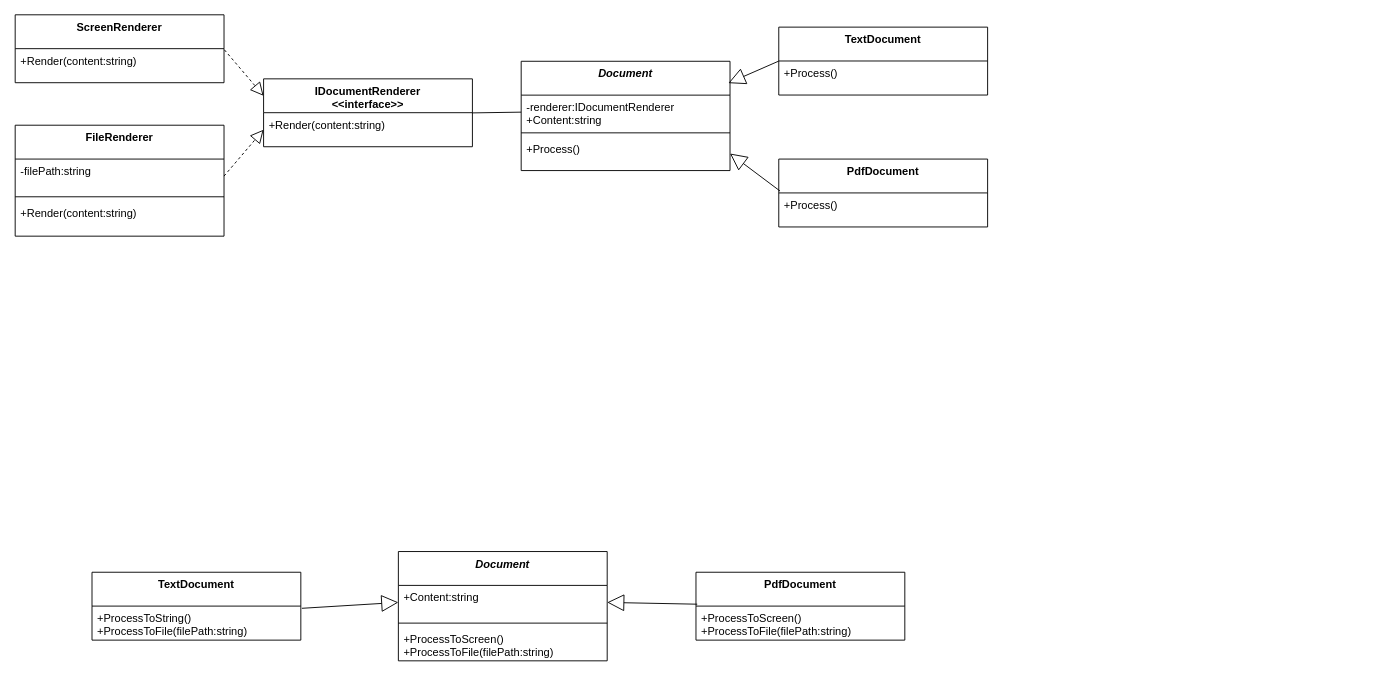
Above: Object-Oriented Analysis and Design/Bridge/Bridge.drawio in Seva74/TSU_TASKS (draw.io), before the change. Source tidied: cells renumbered, new cells numbered last; positions are measured from the earlier drawing's top-left corner, leaving out a move shared by most shapes. Both pictures are drawn from the tidied source at 92%, with x=0, y=0 at pixel (15, 15).
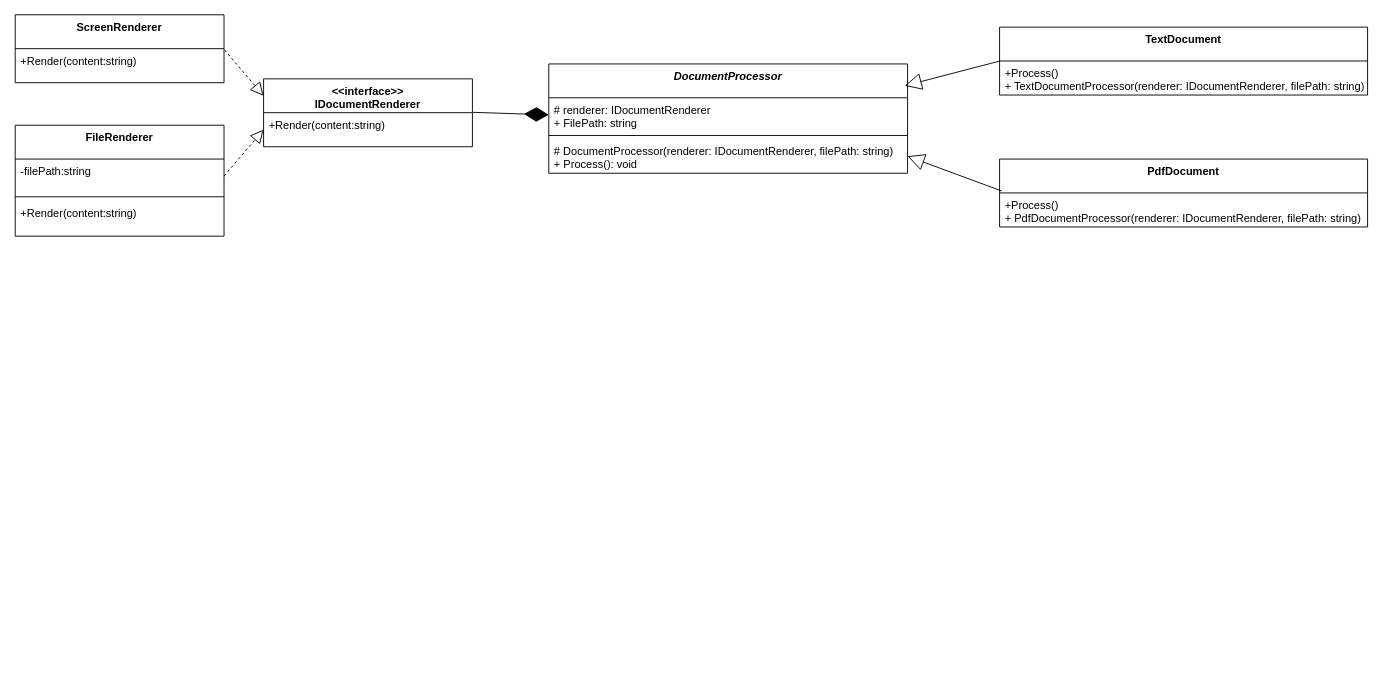
After the change.

The change refers to these unchanged cells:
```xml
<mxCell id="3" value="+Render(content:string)" style="text;strokeColor=none;fillColor=none;align=left;verticalAlign=top;spacingLeft=4;spacingRight=4;overflow=hidden;points=[[0,0.5],[1,0.5]];portConstraint=eastwest;" parent="2" vertex="1">
  <mxGeometry y="36.8" width="227" height="37" as="geometry" />
</mxCell>
```

Diff of the diagram source:
```diff
@@
-    <mxCell id="2" value="IDocumentRenderer&#10;&lt;&lt;interface&gt;&gt;" style="swimlane;fontStyle=1;align=center;verticalAlign=top;horizontal=1;startSize=36.8;" parent="1" vertex="1">
+    <mxCell id="2" value="&lt;&lt;interface&gt;&gt;&#10;IDocumentRenderer&#10;" style="swimlane;fontStyle=1;align=center;verticalAlign=top;horizontal=1;startSize=36.8;" parent="1" vertex="1">
       <mxGeometry x="270" y="69.2" width="227" height="73.8" as="geometry" />
     </mxCell>
@@
-    <mxCell id="6" value="Document" style="swimlane;fontStyle=3;align=center;verticalAlign=top;horizontal=1;startSize=36.8;" parent="1" vertex="1">
-      <mxGeometry x="550" y="50.1" width="227" height="118.8" as="geometry" />
+    <mxCell id="6" value="DocumentProcessor" style="swimlane;fontStyle=3;align=center;verticalAlign=top;horizontal=1;startSize=36.8;" parent="1" vertex="1">
+      <mxGeometry x="580" y="53" width="390" height="118.8" as="geometry" />
     </mxCell>
-    <mxCell id="7" value="-renderer:IDocumentRenderer&#10;+Content:string" style="text;strokeColor=none;fillColor=none;align=left;verticalAlign=top;spacingLeft=4;spacingRight=4;overflow=hidden;points=[[0,0.5],[1,0.5]];portConstraint=eastwest;" parent="6" vertex="1">
-      <mxGeometry y="36.8" width="227" height="37" as="geometry" />
+    <mxCell id="7" value="# renderer: IDocumentRenderer&#10;+ FilePath: string" style="text;strokeColor=none;fillColor=none;align=left;verticalAlign=top;spacingLeft=4;spacingRight=4;overflow=hidden;points=[[0,0.5],[1,0.5]];portConstraint=eastwest;" parent="6" vertex="1">
+      <mxGeometry y="36.8" width="390" height="37" as="geometry" />
     </mxCell>
     <mxCell id="8" style="line;strokeWidth=1;fillColor=none;align=left;verticalAlign=middle;spacingTop=-1;spacingLeft=3;spacingRight=3;labelPosition=right;strokeColor=inherit;" parent="6" vertex="1">
-      <mxGeometry y="73.8" width="227" height="8" as="geometry" />
+      <mxGeometry y="73.8" width="390" height="8" as="geometry" />
     </mxCell>
-    <mxCell id="9" value="+Process()" style="text;strokeColor=none;fillColor=none;align=left;verticalAlign=top;spacingLeft=4;spacingRight=4;overflow=hidden;points=[[0,0.5],[1,0.5]];portConstraint=eastwest;" parent="6" vertex="1">
-      <mxGeometry y="81.8" width="227" height="37" as="geometry" />
+    <mxCell id="9" value="# DocumentProcessor(renderer: IDocumentRenderer, filePath: string)&#10;+ Process(): void&#10;" style="text;strokeColor=none;fillColor=none;align=left;verticalAlign=top;spacingLeft=4;spacingRight=4;overflow=hidden;points=[[0,0.5],[1,0.5]];portConstraint=eastwest;" parent="6" vertex="1">
+      <mxGeometry y="81.8" width="390" height="37" as="geometry" />
     </mxCell>
@@
     <mxCell id="14" value="TextDocument" style="swimlane;fontStyle=1;align=center;verticalAlign=top;horizontal=1;startSize=36.8;" parent="1" vertex="1">
-      <mxGeometry x="830" y="13" width="227" height="73.8" as="geometry" />
+      <mxGeometry x="1070" y="13" width="400" height="73.8" as="geometry" />
     </mxCell>
-    <mxCell id="15" value="+Process()" style="text;strokeColor=none;fillColor=none;align=left;verticalAlign=top;spacingLeft=4;spacingRight=4;overflow=hidden;" parent="14" vertex="1">
-      <mxGeometry y="36.8" width="227" height="37" as="geometry" />
+    <mxCell id="15" value="+Process()&#10;+ TextDocumentProcessor(renderer: IDocumentRenderer, filePath: string)" style="text;strokeColor=none;fillColor=none;align=left;verticalAlign=top;spacingLeft=4;spacingRight=4;overflow=hidden;" parent="14" vertex="1">
+      <mxGeometry y="36.8" width="400" height="37" as="geometry" />
     </mxCell>
     <mxCell id="16" value="PdfDocument" style="swimlane;fontStyle=1;align=center;verticalAlign=top;horizontal=1;startSize=36.8;" parent="1" vertex="1">
-      <mxGeometry x="830" y="156.4" width="227" height="73.8" as="geometry" />
+      <mxGeometry x="1070" y="156.4" width="400" height="73.8" as="geometry" />
     </mxCell>
-    <mxCell id="17" value="+Process()" style="text;strokeColor=none;fillColor=none;align=left;verticalAlign=top;spacingLeft=4;spacingRight=4;overflow=hidden;points=[[0,0.5],[1,0.5]];portConstraint=eastwest;" parent="16" vertex="1">
-      <mxGeometry y="36.8" width="227" height="37" as="geometry" />
+    <mxCell id="17" value="+Process()&#10;+ PdfDocumentProcessor(renderer: IDocumentRenderer, filePath: string)" style="text;strokeColor=none;fillColor=none;align=left;verticalAlign=top;spacingLeft=4;spacingRight=4;overflow=hidden;points=[[0,0.5],[1,0.5]];portConstraint=eastwest;" parent="16" vertex="1">
+      <mxGeometry y="36.8" width="400" height="37" as="geometry" />
     </mxCell>
@@
-    <mxCell id="22" style="endArrow=none;html=1;rounded=0;entryX=0;entryY=0.5;entryDx=0;entryDy=0;exitX=0.998;exitY=0.006;exitDx=0;exitDy=0;exitPerimeter=0;" parent="1" edge="1" source="3" target="7">
+    <mxCell id="22" style="endArrow=diamondThin;endFill=1;endSize=24;html=1;rounded=0;entryX=0;entryY=0.5;entryDx=0;entryDy=0;exitX=1.002;exitY=-0.011;exitDx=0;exitDy=0;exitPerimeter=0;" parent="1" edge="1" source="3" target="7">
       <mxGeometry relative="1" as="geometry" />
     </mxCell>
-    <mxCell id="23" value="Document" style="swimlane;fontStyle=3;align=center;verticalAlign=top;horizontal=1;startSize=36.8;" parent="1" vertex="1">
-      <mxGeometry x="416.5" y="583" width="227" height="118.8" as="geometry" />
-    </mxCell>
-    <mxCell id="24" value="+Content:string" style="text;strokeColor=none;fillColor=none;align=left;verticalAlign=top;spacingLeft=4;spacingRight=4;overflow=hidden;points=[[0,0.5],[1,0.5]];portConstraint=eastwest;" parent="23" vertex="1">
-      <mxGeometry y="36.8" width="227" height="37" as="geometry" />
-    </mxCell>
-    <mxCell id="25" style="line;strokeWidth=1;fillColor=none;align=left;verticalAlign=middle;spacingTop=-1;spacingLeft=3;spacingRight=3;labelPosition=right;strokeColor=inherit;" parent="23" vertex="1">
-      <mxGeometry y="73.8" width="227" height="8" as="geometry" />
-    </mxCell>
-    <mxCell id="26" value="+ProcessToScreen()&#10;+ProcessToFile(filePath:string)" style="text;strokeColor=none;fillColor=none;align=left;verticalAlign=top;spacingLeft=4;spacingRight=4;overflow=hidden;" parent="23" vertex="1">
-      <mxGeometry y="81.8" width="227" height="37" as="geometry" />
-    </mxCell>
-    <mxCell id="27" value="TextDocument" style="swimlane;fontStyle=1;align=center;verticalAlign=top;horizontal=1;startSize=36.8;" parent="1" vertex="1">
-      <mxGeometry x="83.5" y="605.5" width="227" height="73.8" as="geometry" />
-    </mxCell>
-    <mxCell id="28" value="+ProcessToString()&#10;+ProcessToFile(filePath:string)" style="text;strokeColor=none;fillColor=none;align=left;verticalAlign=top;spacingLeft=4;spacingRight=4;overflow=hidden;points=[[0,0.5],[1,0.5]];portConstraint=eastwest;" parent="27" vertex="1">
-      <mxGeometry y="36.8" width="227" height="37" as="geometry" />
-    </mxCell>
-    <mxCell id="29" value="PdfDocument" style="swimlane;fontStyle=1;align=center;verticalAlign=top;horizontal=1;startSize=36.8;" parent="1" vertex="1">
-      <mxGeometry x="740" y="605.5" width="227" height="73.8" as="geometry" />
-    </mxCell>
-    <mxCell id="30" value="+ProcessToScreen()&#10;+ProcessToFile(filePath:string)" style="text;strokeColor=none;fillColor=none;align=left;verticalAlign=top;spacingLeft=4;spacingRight=4;overflow=hidden;points=[[0,0.5],[1,0.5]];portConstraint=eastwest;" parent="29" vertex="1">
-      <mxGeometry y="36.8" width="227" height="37" as="geometry" />
-    </mxCell>
-    <mxCell id="31" style="endArrow=block;endSize=16;endFill=0;html=1;rounded=0;exitX=1.005;exitY=0.065;exitDx=0;exitDy=0;exitPerimeter=0;entryX=0;entryY=0.5;entryDx=0;entryDy=0;" parent="1" edge="1" source="28" target="24">
-      <mxGeometry relative="1" as="geometry" />
-    </mxCell>
-    <mxCell id="32" style="endArrow=block;endSize=16;endFill=0;html=1;rounded=0;entryX=1;entryY=0.5;entryDx=0;entryDy=0;exitX=0.006;exitY=-0.056;exitDx=0;exitDy=0;exitPerimeter=0;" parent="1" edge="1" source="30" target="24">
-      <mxGeometry relative="1" as="geometry" />
-    </mxCell>
```
